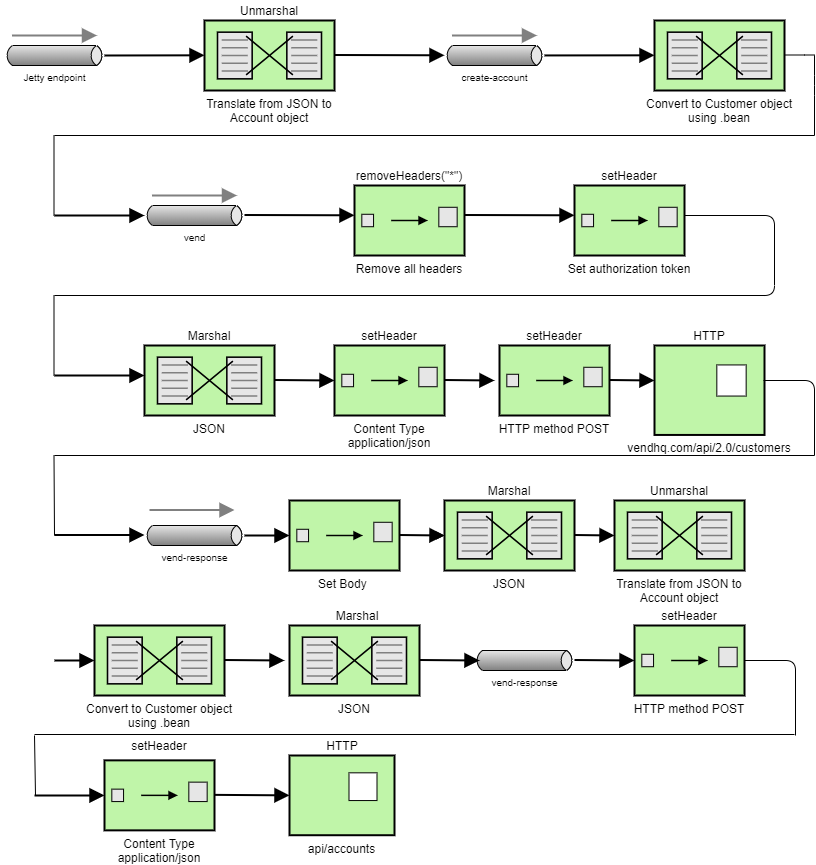
Above: CreateCustomer.png in hugonzb/CamelRouter-Project (draw.io), before the change. Source tidied: cells renumbered, new cells last; positions are measured from the earlier drawing's top-left corner, leaving out a move shared by most shapes.
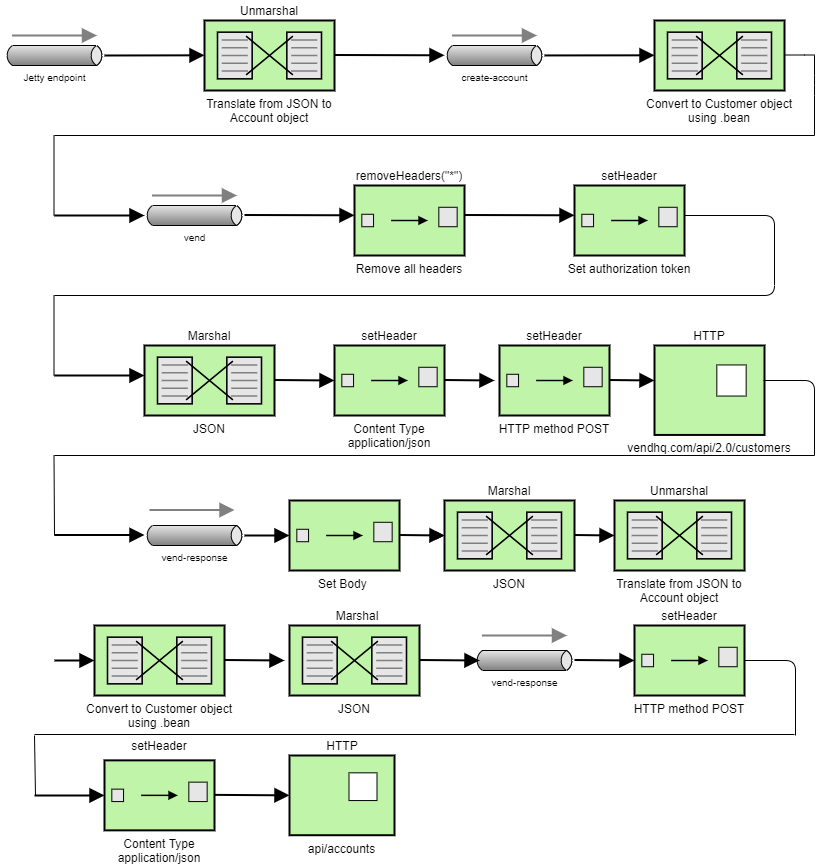
The same file after the commit.

Commit message:
Updated CreateCustomer EIP

Diff of the diagram source:
```diff
@@ -355,5 +355,14 @@
         <mxPoint x="31" y="795" as="targetPoint" />
       </mxGeometry>
     </mxCell>
+    <mxCell id="75" style="edgeStyle=none;html=1;strokeColor=#808080;endArrow=block;endSize=10;dashed=0;verticalAlign=bottom;strokeWidth=2;" parent="1" edge="1">
+      <mxGeometry relative="1" as="geometry">
+        <mxPoint x="477.5" y="635" as="sourcePoint" />
+        <mxPoint x="562.5" y="635" as="targetPoint" />
+        <Array as="points">
+          <mxPoint x="532.5" y="635" />
+        </Array>
+      </mxGeometry>
+    </mxCell>
   </root>
 </mxGraphModel>
```
